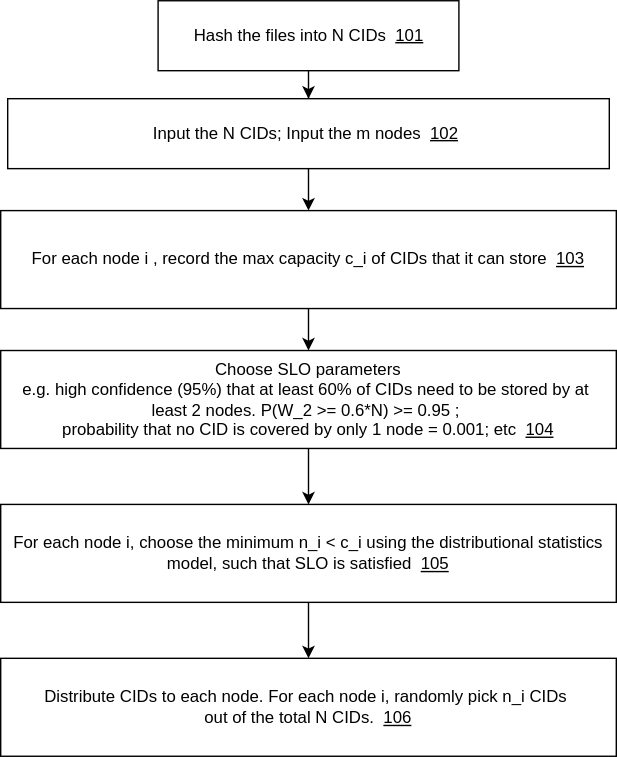
Earlier version of the draw.io export assets/flow_chart.drawio.svg (zcahkwn/occ). Source tidied: cells renumbered, new cells last; positions are measured from the earlier drawing's top-left corner, leaving out a move shared by most shapes.
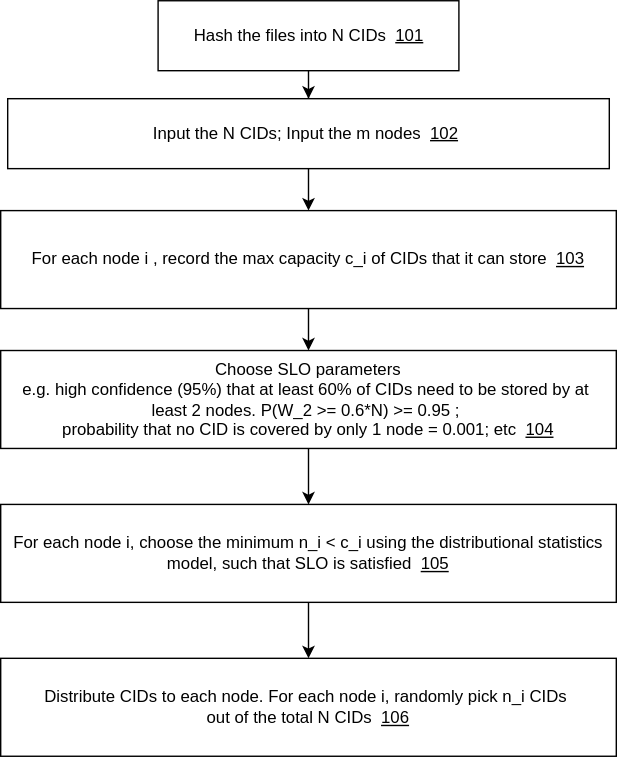
After the commit.

Diff of the diagram source:
```diff
@@ -33,7 +33,7 @@
     <mxCell id="9" value="For each node i, choose the minimum n_i &amp;lt; c_i using the distributional statistics model, such that SLO is satisfied&amp;nbsp; &lt;u&gt;105&lt;/u&gt;" style="rounded=0;whiteSpace=wrap;html=1;" parent="1" vertex="1">
       <mxGeometry y="360" width="440" height="70" as="geometry" />
     </mxCell>
-    <mxCell id="10" value="Distribute CIDs to each node. For each node i, randomly pick n_i CIDs&amp;nbsp;&lt;div&gt;out of the total N CIDs.&amp;nbsp; &lt;u&gt;106&lt;/u&gt;&lt;/div&gt;" style="rounded=0;whiteSpace=wrap;html=1;" parent="1" vertex="1">
+    <mxCell id="10" value="Distribute CIDs to each node. For each node i, randomly pick n_i CIDs&amp;nbsp;&lt;div&gt;out of the total N CIDs&amp;nbsp;&amp;nbsp;&lt;u&gt;106&lt;/u&gt;&lt;/div&gt;" style="rounded=0;whiteSpace=wrap;html=1;" parent="1" vertex="1">
       <mxGeometry y="470" width="440" height="70" as="geometry" />
     </mxCell>
     <mxCell id="11" style="edgeStyle=orthogonalEdgeStyle;rounded=0;jettySize=auto;html=1;entryX=0.5;entryY=0;entryDx=0;entryDy=0;" parent="1" edge="1" source="12" target="5">
```
